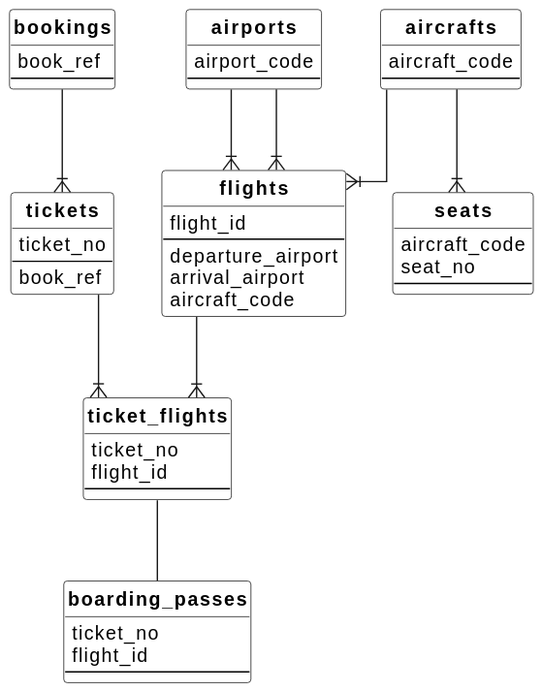
This is databases/postgres/queries/database-diagram.svg from mialkin/docs, a PlantUML export, as it was before one commit. Its diagram source:
```plantuml
@startuml
hide circle
skinparam linetype ortho

skinparam class {
    BackgroundColor #ffffff
    BorderColor Black
    FontStyle bold
    FontSize 14
}

entity bookings {
 book_ref
 --
}

entity tickets {
 ticket_no
 --
 book_ref
}

entity ticket_flights {
 ticket_no
 flight_id
 --
}

entity flights {
 flight_id
 --
 departure_airport
 arrival_airport
 aircraft_code
}

entity airports {
 airport_code
 --
}

entity boarding_passes {
 ticket_no
 flight_id
 --
}

entity aircrafts {
 aircraft_code
 --
}

entity seats {
 aircraft_code
 seat_no
 --
}

bookings --|{ tickets
tickets --|{ ticket_flights
ticket_flights -- boarding_passes
flights --|{ ticket_flights
airports --|{ flights
airports --|{ flights
aircrafts --|{ flights
aircrafts --|{ seats
@enduml
```
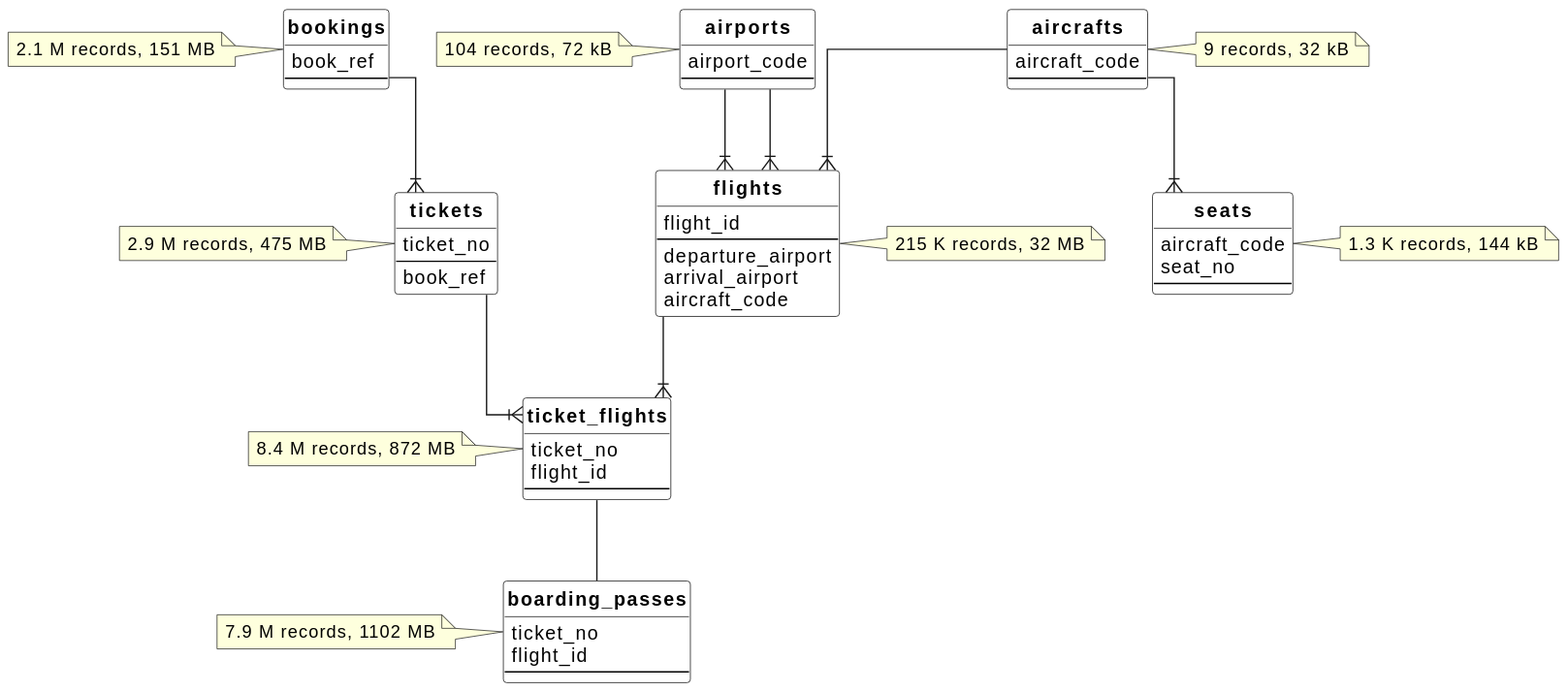
After the change.

The edit, as a diff of the source:
```diff
@@ -13,18 +13,21 @@
  book_ref
  --
 }
+note left: 2.1 M records, 151 MB
 
 entity tickets {
  ticket_no
  --
  book_ref
 }
+note left: 2.9 M records, 475 MB
 
 entity ticket_flights {
  ticket_no
  flight_id
  --
 }
+note left: 8.4 M records, 872 MB
 
 entity flights {
  flight_id
@@ -33,28 +36,34 @@
  arrival_airport
  aircraft_code
 }
+note right: 215 K records, 32 MB
 
 entity airports {
  airport_code
  --
 }
+note left: 104 records, 72 kB
+
 
 entity boarding_passes {
  ticket_no
  flight_id
  --
 }
+note left: 7.9 M records, 1102 MB
 
 entity aircrafts {
  aircraft_code
  --
 }
+note right: 9 records, 32 kB
 
 entity seats {
  aircraft_code
  seat_no
  --
 }
+note right: 1.3 K records, 144 kB
 
 bookings --|{ tickets
 tickets --|{ ticket_flights
```
